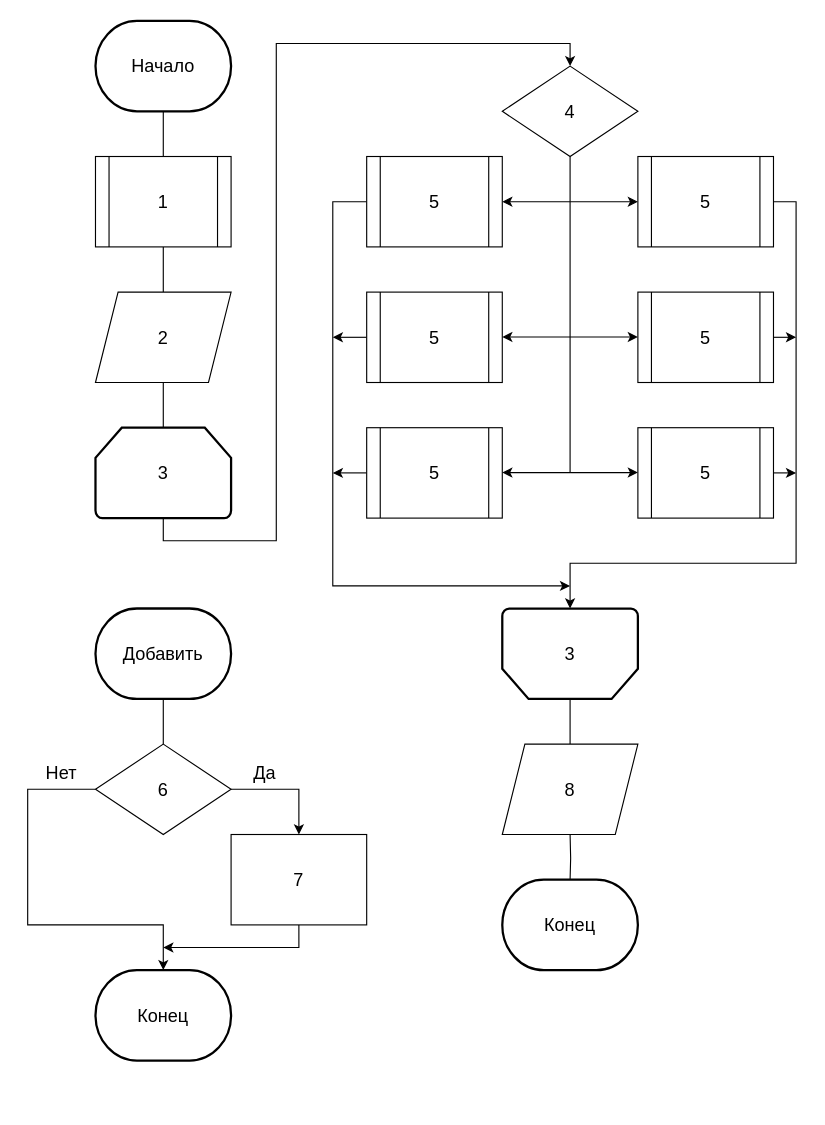
ZakharTS/kpo_course keeps this draw.io diagram as блок-схемы/рисунок 18.drawio. Above is the earlier version. Source tidied: cells renumbered, new cells numbered last; positions are measured from the earlier drawing's top-left corner, leaving out a move shared by most shapes. Both pictures are drawn from the tidied source at 113%, with x=0, y=0 at pixel (27, 20).
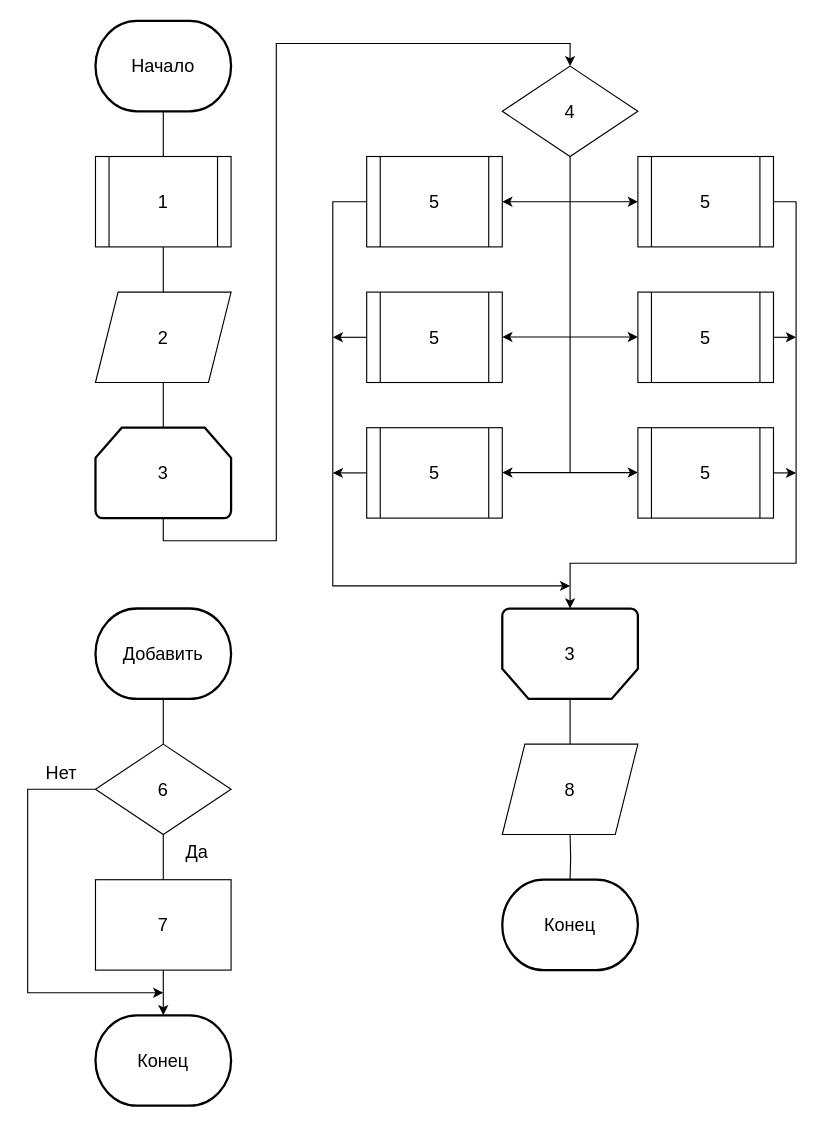
After the change.

The change refers to these unchanged cells:
```xml
<mxCell id="22" value="6" style="rhombus;whiteSpace=wrap;html=1;fontSize=16;" parent="1" vertex="1">
  <mxGeometry x="60" y="640" width="120" height="80" as="geometry" />
</mxCell>
```

The edit, as a diff of the source:
```diff
@@
+    <mxCell id="21" style="edgeStyle=orthogonalEdgeStyle;rounded=0;jettySize=auto;html=1;fontSize=16;endArrow=classic;endFill=1;" parent="1" edge="1" source="22">
+      <mxGeometry relative="1" as="geometry">
+        <mxPoint x="120" y="860" as="targetPoint" />
+        <Array as="points">
+          <mxPoint y="680" />
+          <mxPoint y="860" />
+          <mxPoint x="120" y="860" />
+        </Array>
+      </mxGeometry>
+    </mxCell>
-    <mxCell id="20" style="edgeStyle=orthogonalEdgeStyle;rounded=0;jettySize=auto;html=1;entryX=0.5;entryY=0;entryDx=0;entryDy=0;fontSize=16;endArrow=classic;endFill=1;" parent="1" edge="1" source="22" target="24">
-      <mxGeometry relative="1" as="geometry">
-        <Array as="points">
-          <mxPoint x="240" y="680" />
-        </Array>
-      </mxGeometry>
+    <mxCell id="20" style="edgeStyle=orthogonalEdgeStyle;rounded=0;jettySize=auto;html=1;entryX=0.5;entryY=0;entryDx=0;entryDy=0;endArrow=none;endFill=0;" parent="1" edge="1" source="22" target="24">
+      <mxGeometry relative="1" as="geometry" />
     </mxCell>
-    <mxCell id="21" style="edgeStyle=orthogonalEdgeStyle;rounded=0;jettySize=auto;html=1;fontSize=16;endArrow=classic;endFill=1;entryX=0.5;entryY=0;entryDx=0;entryDy=0;entryPerimeter=0;" parent="1" edge="1" source="22" target="27">
-      <mxGeometry relative="1" as="geometry">
-        <Array as="points">
-          <mxPoint y="680" />
-          <mxPoint y="800" />
-          <mxPoint x="120" y="800" />
-        </Array>
-      </mxGeometry>
-    </mxCell>
@@
-    <mxCell id="23" style="edgeStyle=orthogonalEdgeStyle;rounded=0;jettySize=auto;html=1;fontSize=16;endArrow=classic;endFill=1;" parent="1" edge="1" source="24">
-      <mxGeometry relative="1" as="geometry">
-        <mxPoint x="120" y="820" as="targetPoint" />
-        <Array as="points">
-          <mxPoint x="240" y="820" />
-        </Array>
-      </mxGeometry>
-    </mxCell>
+    <mxCell id="46" style="edgeStyle=orthogonalEdgeStyle;rounded=0;jettySize=auto;html=1;endArrow=classic;endFill=1;" parent="1" edge="1" source="24" target="27">
+      <mxGeometry relative="1" as="geometry" />
+    </mxCell>
     <mxCell id="24" value="7" style="rounded=0;whiteSpace=wrap;html=1;fontSize=16;" parent="1" vertex="1">
-      <mxGeometry x="180" y="720" width="120" height="80" as="geometry" />
+      <mxGeometry x="60" y="760" width="120" height="80" as="geometry" />
     </mxCell>
     <mxCell id="25" value="Да" style="text;html=1;strokeColor=none;fillColor=none;align=center;verticalAlign=middle;whiteSpace=wrap;rounded=0;fontSize=16;" parent="1" vertex="1">
-      <mxGeometry x="180" y="650" width="60" height="30" as="geometry" />
+      <mxGeometry x="120" y="720" width="60" height="30" as="geometry" />
     </mxCell>
@@
     <mxCell id="27" value="&lt;font style=&quot;font-size: 16px;&quot;&gt;Конец&lt;/font&gt;" style="strokeWidth=2;html=1;shape=mxgraph.flowchart.terminator;whiteSpace=wrap;" parent="1" vertex="1">
-      <mxGeometry x="60" y="840" width="120" height="80" as="geometry" />
+      <mxGeometry x="60" y="880" width="120" height="80" as="geometry" />
     </mxCell>
```
